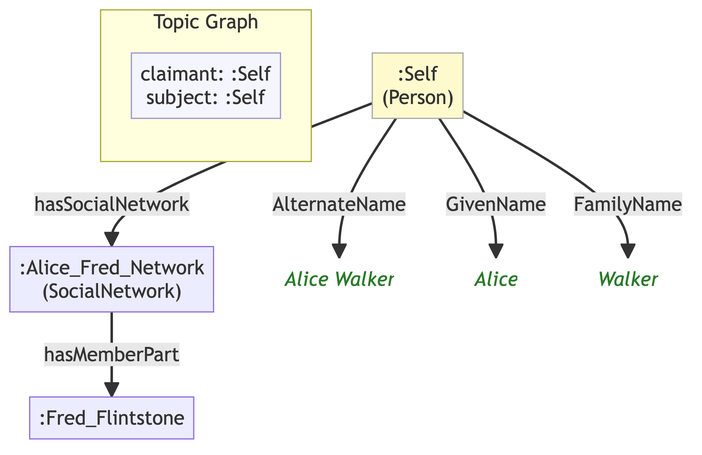
Before: example/graphs/images/graph-29.png, a diagram exported from Mermaid (MeeFoundation/mia-ontologies). Its source is kept beside it as example/graphs/images/graph-29.mmd.
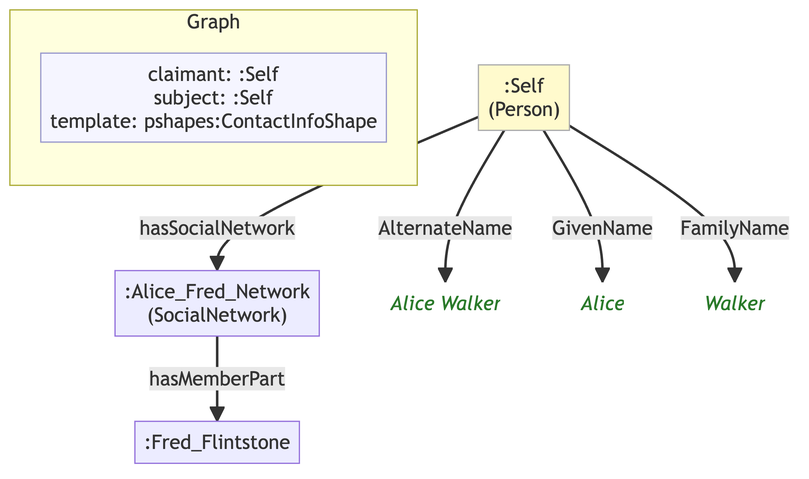
The same file after the commit.

The edit, as a diff of the source:
```diff
@@ -1,24 +1,23 @@
 flowchart TD
     classDef person fill:#fffacd,stroke:#aaa,color:#333
-    classDef grp    fill:#d4edda,stroke:#aaa,color:#333
     classDef org    fill:#cce5ff,stroke:#aaa,color:#333
     classDef lit    fill:none,stroke:none,font-style:italic,color:#2a7a2a
     classDef meta   fill:#f5f5ff,stroke:#9999cc,color:#333
 
-    subgraph ctx["Topic Graph"]
+    subgraph ctx["Graph"]
         direction LR
-        ctx_meta["claimant: :Self\nsubject: :Self"]:::meta
+        ctx_meta["claimant: :Self\nsubject: :Self\ntemplate: pshapes:ContactInfoShape"]:::meta
     end
 
     na0f9c29996d0[":Alice_Fred_Network\n(SocialNetwork)"]
     ne18068490c1e[":Fred_Flintstone"]
     ne0c3ba92f1db[":Self\n(Person)"]:::person
-    nf6da5698b516("Alice Walker"):::lit
-    n6b30dfb5c12f("Alice"):::lit
-    na69a62155c09("Walker"):::lit
+    n997a692e6ee3("Alice Walker"):::lit
+    n8f79d0c41bc1("Alice"):::lit
+    nfd88d3e243fe("Walker"):::lit
 
     na0f9c29996d0 -->|"hasMemberPart"| ne18068490c1e
-    ne0c3ba92f1db -->|"AlternateName"| nf6da5698b516
-    ne0c3ba92f1db -->|"GivenName"| n6b30dfb5c12f
-    ne0c3ba92f1db -->|"FamilyName"| na69a62155c09
+    ne0c3ba92f1db -->|"AlternateName"| n997a692e6ee3
+    ne0c3ba92f1db -->|"GivenName"| n8f79d0c41bc1
+    ne0c3ba92f1db -->|"FamilyName"| nfd88d3e243fe
     ne0c3ba92f1db -->|"hasSocialNetwork"| na0f9c29996d0
```
